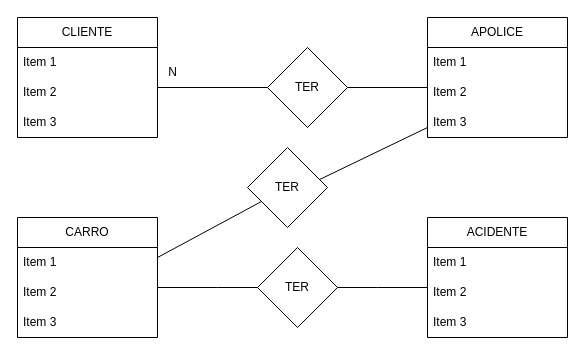
Before: primeira_at1.drawio in Adrianobraga/diagramas, a draw.io diagram. Source tidied: cells renumbered, new cells numbered last; positions are measured from the earlier drawing's top-left corner, leaving out a move shared by most shapes. Both pictures are drawn from the tidied source at 100%, with x=0, y=0 at pixel (17, 17).
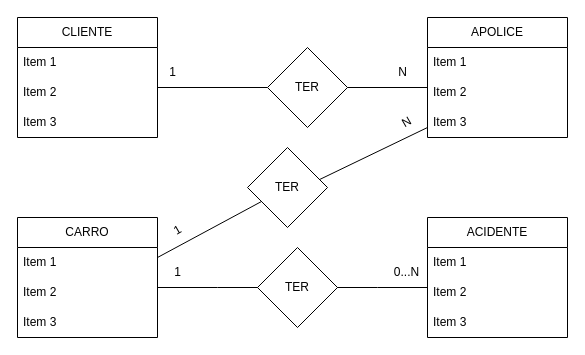
Above is the later version.

Diff of the diagram source:
```diff
@@
     <mxCell id="8" value="N" style="text;html=1;align=center;verticalAlign=middle;strokeColor=none;fillColor=none;" parent="1" vertex="1">
-      <mxGeometry x="140" y="40" width="30" height="30" as="geometry" />
+      <mxGeometry x="370" y="40" width="30" height="30" as="geometry" />
     </mxCell>
@@
+    <mxCell id="28" value="N" style="text;html=1;align=center;verticalAlign=middle;strokeColor=none;fillColor=none;rotation=-30;" parent="1" vertex="1">
+      <mxGeometry x="374" y="90" width="30" height="30" as="geometry" />
+    </mxCell>
+    <mxCell id="29" value="1" style="text;html=1;align=center;verticalAlign=middle;strokeColor=none;fillColor=none;rotation=-30;" parent="1" vertex="1">
+      <mxGeometry x="145" y="198" width="30" height="30" as="geometry" />
+    </mxCell>
+    <mxCell id="30" value="1" style="text;html=1;align=center;verticalAlign=middle;strokeColor=none;fillColor=none;rotation=0;" parent="1" vertex="1">
+      <mxGeometry x="140" y="40" width="30" height="30" as="geometry" />
+    </mxCell>
+    <mxCell id="31" value="1" style="text;html=1;align=center;verticalAlign=middle;strokeColor=none;fillColor=none;rotation=0;" parent="1" vertex="1">
+      <mxGeometry x="145" y="240" width="30" height="30" as="geometry" />
+    </mxCell>
+    <mxCell id="32" value="0...N" style="text;html=1;align=center;verticalAlign=middle;strokeColor=none;fillColor=none;rotation=0;" parent="1" vertex="1">
+      <mxGeometry x="364" y="240" width="50" height="30" as="geometry" />
+    </mxCell>
```
